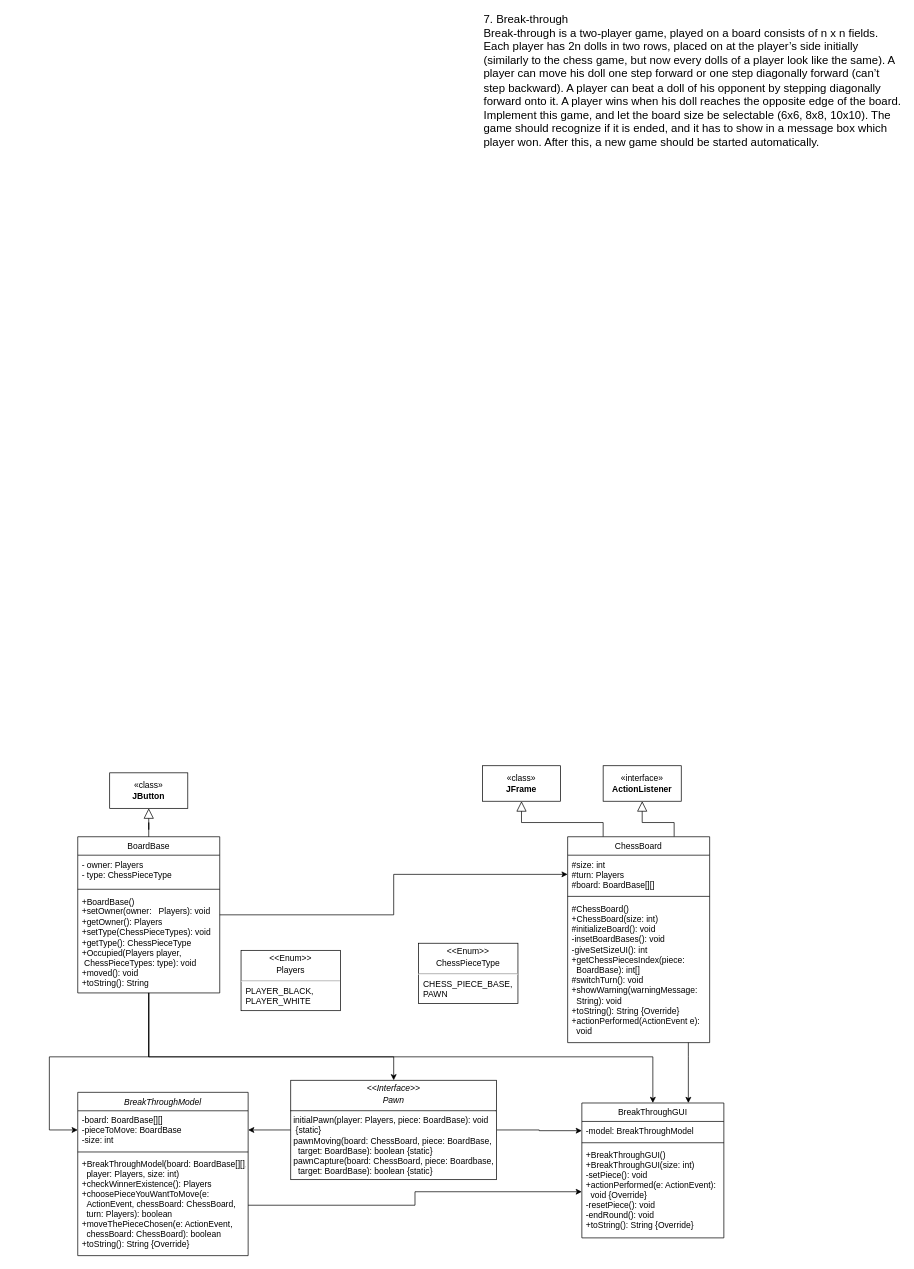
summertx/uml keeps this draw.io diagram as Untitled Diagram.drawio. Above is the earlier version. Source tidied: cells renumbered, new cells numbered last; positions are measured from the earlier drawing's top-left corner, leaving out a move shared by most shapes. Both pictures are drawn from the tidied source at 71%, with x=0, y=0 at pixel (49, 13).
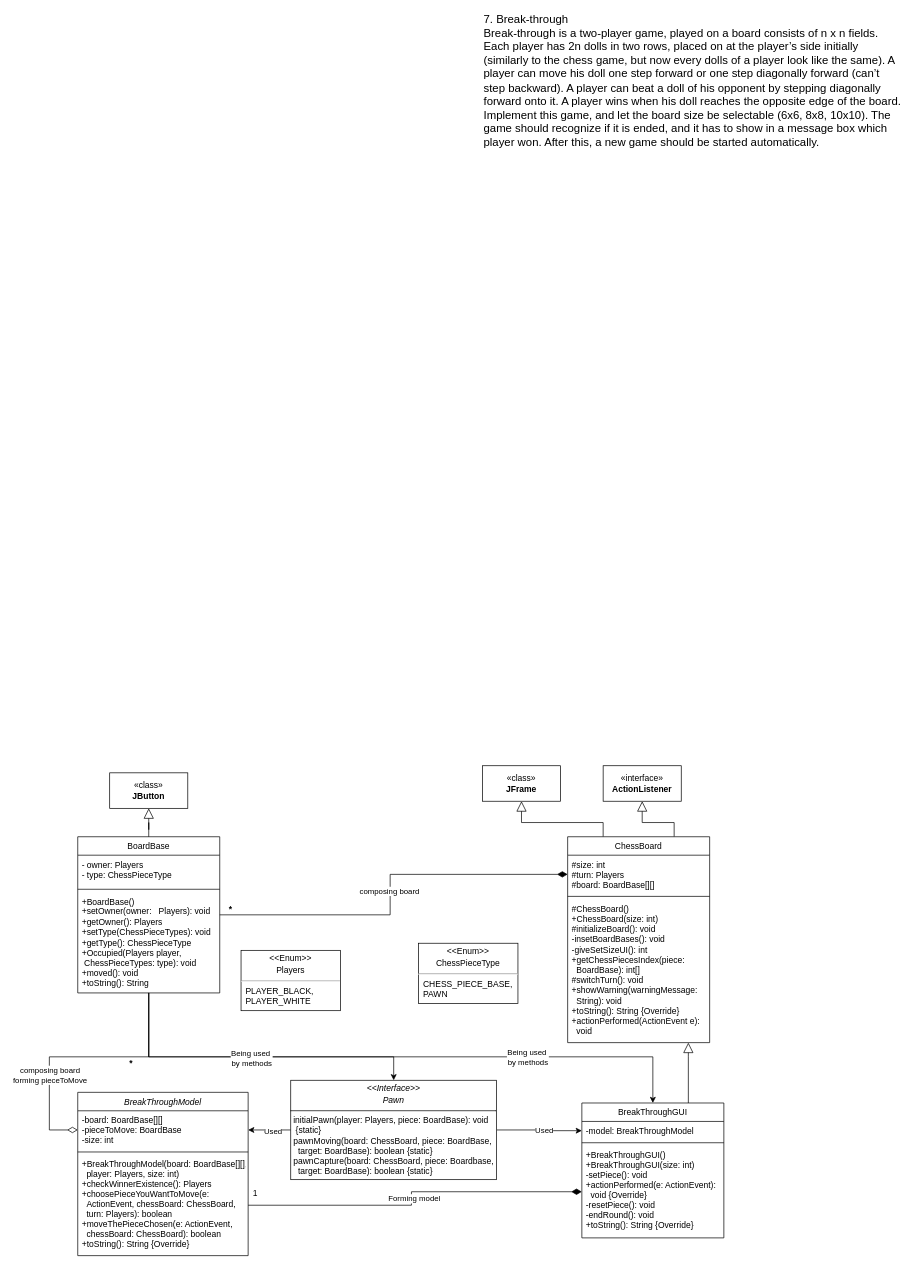
After the change.

Unchanged cells that the change refers to:
```xml
<mxCell id="3" value="-board: BoardBase[][]&#10;-pieceToMove: BoardBase&#10;-size: int" style="text;align=left;verticalAlign=top;spacingLeft=4;spacingRight=4;overflow=hidden;points=[[0,0.5],[1,0.5]];portConstraint=eastwest;rounded=0;shadow=0;html=0;" parent="2" vertex="1">
  <mxGeometry y="26" width="240" height="54" as="geometry" />
</mxCell>
<mxCell id="5" value="+BreakThroughModel(board: BoardBase[][],&#10;  player: Players, size: int)&#10;+checkWinnerExistence(): Players&#10;+choosePieceYouWantToMove(e: &#10;  ActionEvent, chessBoard: ChessBoard, &#10;  turn: Players): boolean&#10;+moveThePieceChosen(e: ActionEvent, &#10;  chessBoard: ChessBoard): boolean&#10;+toString(): String {Override}" style="text;align=left;verticalAlign=top;spacingLeft=4;spacingRight=4;overflow=hidden;points=[[0,0.5],[1,0.5]];portConstraint=eastwest;" parent="2" vertex="1">
  <mxGeometry y="88" width="240" height="142" as="geometry" />
</mxCell>
<mxCell id="6" value="BreakThroughGUI&#10;" style="swimlane;fontStyle=0;align=center;verticalAlign=top;horizontal=1;startSize=26;rounded=0;shadow=0;strokeWidth=1;" parent="1" vertex="1">
  <mxGeometry x="750" y="1535" width="200" height="190" as="geometry" />
</mxCell>
<mxCell id="9" value="+BreakThroughGUI()&#10;+BreakThroughGUI(size: int)&#10;-setPiece(): void&#10;+actionPerformed(e: ActionEvent):&#10;  void {Override}&#10;-resetPiece(): void&#10;-endRound(): void&#10;+toString(): String {Override}" style="text;align=left;verticalAlign=top;spacingLeft=4;spacingRight=4;overflow=hidden;points=[[0,0.5],[1,0.5]];portConstraint=eastwest;fontStyle=0;" parent="6" vertex="1">
  <mxGeometry y="60" width="200" height="130" as="geometry" />
</mxCell>
<mxCell id="13" value="&lt;span style=&quot;font-weight: 400;&quot;&gt;BoardBase&lt;/span&gt;&lt;div&gt;&lt;span style=&quot;font-weight: 400;&quot;&gt;&lt;br&gt;&lt;/span&gt;&lt;/div&gt;" style="swimlane;fontStyle=1;align=center;verticalAlign=top;horizontal=1;startSize=26;whiteSpace=wrap;html=1;" parent="1" vertex="1">
  <mxGeometry x="40" y="1160" width="200" height="220" as="geometry" />
</mxCell>
<mxCell id="17" style="edgeStyle=orthogonalEdgeStyle;rounded=0;jettySize=auto;html=1;entryX=1;entryY=0.5;entryDx=0;entryDy=0;" parent="1" edge="1" source="19" target="3">
  <mxGeometry relative="1" as="geometry" />
</mxCell>
<mxCell id="18" style="edgeStyle=orthogonalEdgeStyle;rounded=0;jettySize=auto;html=1;entryX=0;entryY=0.5;entryDx=0;entryDy=0;" parent="1" edge="1" source="19" target="7">
  <mxGeometry relative="1" as="geometry" />
</mxCell>
<mxCell id="29" value="&lt;span style=&quot;font-weight: normal;&quot;&gt;ChessBoard&lt;/span&gt;" style="swimlane;fontStyle=1;align=center;verticalAlign=top;horizontal=1;startSize=26;whiteSpace=wrap;html=1;" parent="1" vertex="1">
  <mxGeometry x="730" y="1160" width="200" height="290" as="geometry" />
</mxCell>
<mxCell id="30" value="#size: int&lt;div&gt;#turn: Players&lt;/div&gt;&lt;div&gt;#board: BoardBase[][]&lt;/div&gt;" style="text;strokeColor=none;fillColor=none;align=left;verticalAlign=top;spacingLeft=4;spacingRight=4;overflow=hidden;points=[[0,0.5],[1,0.5]];portConstraint=eastwest;whiteSpace=wrap;html=1;" parent="29" vertex="1">
  <mxGeometry y="26" width="200" height="54" as="geometry" />
</mxCell>
<mxCell id="34" style="edgeStyle=orthogonalEdgeStyle;rounded=0;jettySize=auto;html=1;entryX=0.5;entryY=0;entryDx=0;entryDy=0;" parent="1" edge="1" source="16" target="6">
  <mxGeometry relative="1" as="geometry">
    <Array as="points">
      <mxPoint x="140" y="1470" />
      <mxPoint x="850" y="1470" />
    </Array>
  </mxGeometry>
</mxCell>
<mxCell id="35" style="edgeStyle=orthogonalEdgeStyle;rounded=0;jettySize=auto;html=1;entryX=0.5;entryY=0;entryDx=0;entryDy=0;" parent="1" edge="1" source="16" target="19">
  <mxGeometry relative="1" as="geometry">
    <Array as="points">
      <mxPoint x="140" y="1470" />
      <mxPoint x="485" y="1470" />
    </Array>
  </mxGeometry>
</mxCell>
```

Change to the diagram source:
```diff
@@
-    <mxCell id="11" style="edgeStyle=orthogonalEdgeStyle;rounded=0;jettySize=auto;html=1;entryX=0;entryY=0.5;entryDx=0;entryDy=0;" parent="1" edge="1" source="13" target="30">
+    <mxCell id="11" style="edgeStyle=orthogonalEdgeStyle;rounded=0;jettySize=auto;html=1;entryX=0;entryY=0.5;entryDx=0;entryDy=0;endArrow=diamondThin;endFill=1;endSize=12;" parent="1" edge="1" source="13" target="30">
       <mxGeometry relative="1" as="geometry" />
     </mxCell>
+    <mxCell id="36" value="composing board" style="edgeLabel;html=1;align=center;verticalAlign=middle;" parent="11" vertex="1">
+      <mxGeometry y="2" relative="1" as="geometry" />
+    </mxCell>
-    <mxCell id="12" style="edgeStyle=orthogonalEdgeStyle;rounded=0;jettySize=auto;html=1;entryX=0;entryY=0.5;entryDx=0;entryDy=0;" parent="1" edge="1" source="13" target="3">
+    <mxCell id="12" style="edgeStyle=orthogonalEdgeStyle;rounded=0;jettySize=auto;html=1;entryX=0;entryY=0.5;entryDx=0;entryDy=0;endArrow=diamondThin;endFill=0;endSize=12;" parent="1" edge="1" source="13" target="3">
       <mxGeometry relative="1" as="geometry">
         <Array as="points">
           <mxPoint x="140" y="1470" />
           <mxPoint y="1470" />
           <mxPoint y="1573" />
         </Array>
       </mxGeometry>
     </mxCell>
+    <mxCell id="37" value="composing board&lt;div&gt;forming pieceToMove&lt;/div&gt;" style="edgeLabel;html=1;align=center;verticalAlign=middle;" parent="12" vertex="1">
+      <mxGeometry x="0.03" relative="1" as="geometry">
+        <mxPoint x="-38" y="25" as="offset" />
+      </mxGeometry>
+    </mxCell>
@@
+    <mxCell id="38" value="Used" style="edgeLabel;html=1;align=center;verticalAlign=middle;" parent="17" vertex="1">
+      <mxGeometry x="-0.13" y="1" relative="1" as="geometry" />
+    </mxCell>
@@
+    <mxCell id="39" value="Used" style="edgeLabel;html=1;align=center;verticalAlign=middle;" parent="18" vertex="1">
+      <mxGeometry x="0.11" y="1" relative="1" as="geometry" />
+    </mxCell>
@@
-    <mxCell id="28" style="edgeStyle=orthogonalEdgeStyle;rounded=0;jettySize=auto;html=1;entryX=0.75;entryY=0;entryDx=0;entryDy=0;" parent="1" edge="1" source="29" target="6">
+    <mxCell id="28" style="edgeStyle=orthogonalEdgeStyle;rounded=0;jettySize=auto;html=1;entryX=0.75;entryY=0;entryDx=0;entryDy=0;endArrow=none;endFill=0;startArrow=block;startFill=0;endSize=6;startSize=12;" parent="1" edge="1" source="29" target="6">
       <mxGeometry relative="1" as="geometry">
         <Array as="points">
           <mxPoint x="900" y="1470" />
           <mxPoint x="900" y="1470" />
         </Array>
       </mxGeometry>
     </mxCell>
@@
-    <mxCell id="33" style="edgeStyle=orthogonalEdgeStyle;rounded=0;jettySize=auto;html=1;entryX=0;entryY=0.5;entryDx=0;entryDy=0;" parent="1" edge="1" source="5" target="9">
+    <mxCell id="33" style="edgeStyle=orthogonalEdgeStyle;rounded=0;jettySize=auto;html=1;entryX=0;entryY=0.5;entryDx=0;entryDy=0;endArrow=diamondThin;endFill=1;endSize=12;" parent="1" edge="1" source="5" target="9">
       <mxGeometry relative="1" as="geometry" />
     </mxCell>
+    <mxCell id="40" value="Forming model" style="edgeLabel;html=1;align=center;verticalAlign=middle;" parent="33" vertex="1">
+      <mxGeometry x="-0.02" y="-3" relative="1" as="geometry" />
+    </mxCell>
@@
+    <mxCell id="41" value="Being used&amp;nbsp;&lt;div&gt;by methods&lt;/div&gt;" style="edgeLabel;html=1;align=center;verticalAlign=middle;" parent="34" vertex="1">
+      <mxGeometry x="0.44" relative="1" as="geometry" />
+    </mxCell>
@@
+    <mxCell id="42" value="Being used&amp;nbsp;&lt;div&gt;by methods&lt;/div&gt;" style="edgeLabel;html=1;align=center;verticalAlign=middle;" parent="35" vertex="1">
+      <mxGeometry y="-2" relative="1" as="geometry" />
+    </mxCell>
+    <mxCell id="43" value="&lt;b&gt;*&lt;/b&gt;" style="text;html=1;align=center;verticalAlign=middle;strokeColor=none;fillColor=none;" parent="1" vertex="1">
+      <mxGeometry x="240" y="1248" width="30" height="30" as="geometry" />
+    </mxCell>
+    <mxCell id="44" value="&lt;b&gt;*&lt;/b&gt;" style="text;html=1;align=center;verticalAlign=middle;strokeColor=none;fillColor=none;" parent="1" vertex="1">
+      <mxGeometry x="100" y="1465" width="30" height="30" as="geometry" />
+    </mxCell>
+    <mxCell id="45" value="1" style="text;html=1;align=center;verticalAlign=middle;strokeColor=none;fillColor=none;" parent="1" vertex="1">
+      <mxGeometry x="275" y="1648" width="30" height="30" as="geometry" />
+    </mxCell>
```
